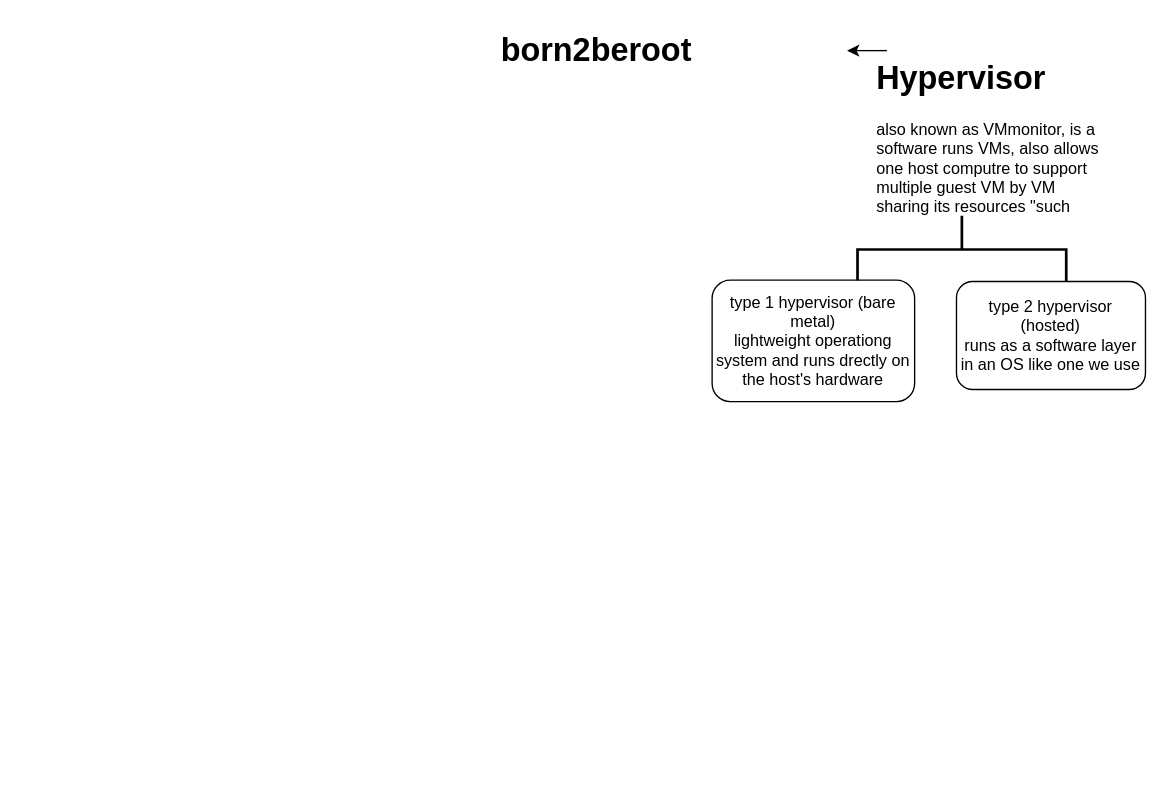
Earlier version of the draw.io diagram hi/algorithms/Untitled Diagram.drawio (raynlamlaika/rayane-hub). Source tidied: cells renumbered, new cells numbered last; positions are measured from the earlier drawing's top-left corner, leaving out a move shared by most shapes. Both pictures are drawn from the tidied source at 135%, with x=0, y=0 at pixel (494, 23).
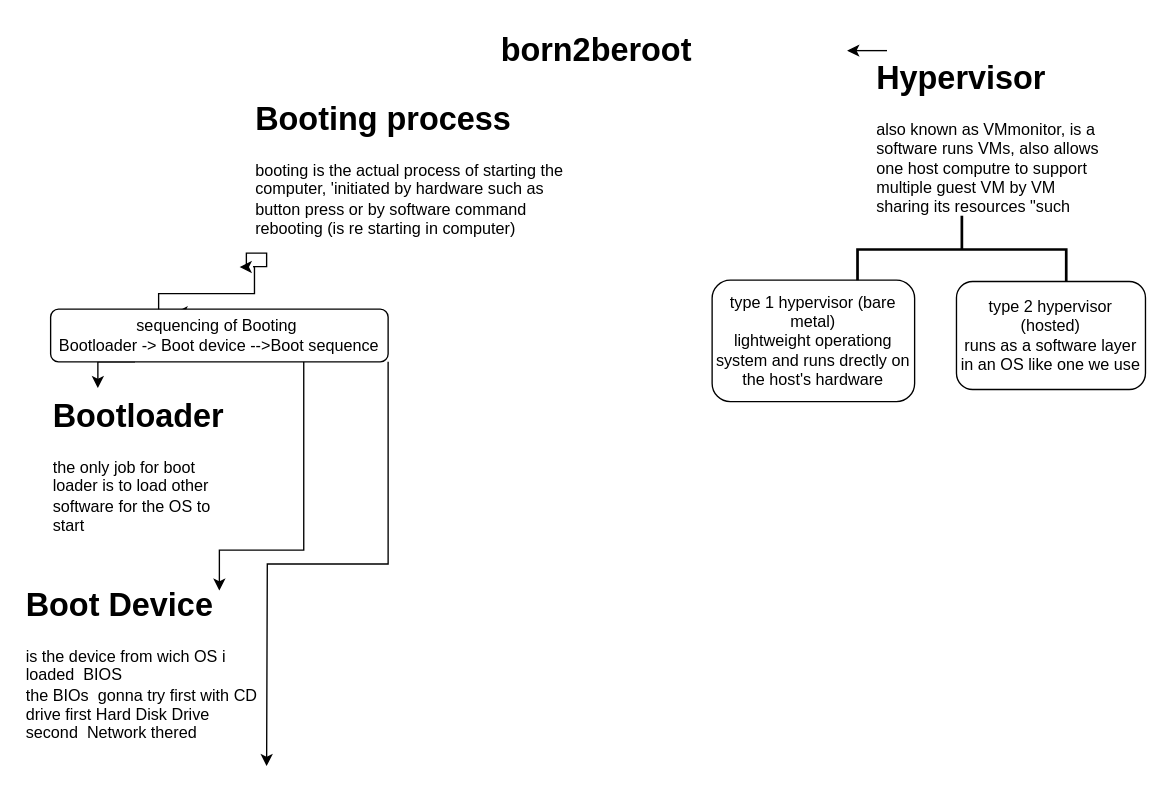
After the change.

Diff of the diagram source:
```diff
@@
+    <mxCell id="8" style="edgeStyle=orthogonalEdgeStyle;rounded=0;jettySize=auto;html=1;exitX=0;exitY=1;exitDx=0;exitDy=0;entryX=0.37;entryY=0.06;entryDx=0;entryDy=0;entryPerimeter=0;" parent="1" edge="1" source="10" target="14">
+      <mxGeometry relative="1" as="geometry">
+        <Array as="points">
+          <mxPoint x="-178" y="200" />
+          <mxPoint x="-249" y="200" />
+          <mxPoint x="-249" y="220" />
+          <mxPoint x="-219" y="220" />
+          <mxPoint x="-219" y="214" />
+        </Array>
+      </mxGeometry>
+    </mxCell>
+    <mxCell id="9" style="edgeStyle=orthogonalEdgeStyle;rounded=0;jettySize=auto;html=1;exitX=0;exitY=1;exitDx=0;exitDy=0;" parent="1" edge="1" source="10">
+      <mxGeometry relative="1" as="geometry">
+        <mxPoint x="-189" y="180.3" as="targetPoint" />
+        <Array as="points">
+          <mxPoint x="-169" y="180" />
+          <mxPoint x="-169" y="170" />
+          <mxPoint x="-184" y="170" />
+          <mxPoint x="-184" y="180" />
+        </Array>
+      </mxGeometry>
+    </mxCell>
+    <mxCell id="10" value="&lt;h1 style=&quot;margin-top: 0px;&quot;&gt;Booting process&lt;/h1&gt;&lt;div&gt;booting is the actual process of starting the computer, 'initiated by hardware such as button press or by software command&lt;/div&gt;&lt;div&gt;rebooting (is re starting in computer)&lt;/div&gt;" style="text;html=1;whiteSpace=wrap;overflow=hidden;rounded=0;" parent="1" vertex="1">
+      <mxGeometry x="-179" y="50" width="231" height="130" as="geometry" />
+    </mxCell>
+    <mxCell id="11" style="edgeStyle=orthogonalEdgeStyle;rounded=0;jettySize=auto;html=1;exitX=0.25;exitY=1;exitDx=0;exitDy=0;entryX=0.25;entryY=0;entryDx=0;entryDy=0;" parent="1" edge="1" source="14" target="15">
+      <mxGeometry relative="1" as="geometry" />
+    </mxCell>
+    <mxCell id="12" style="edgeStyle=orthogonalEdgeStyle;rounded=0;jettySize=auto;html=1;exitX=0.75;exitY=1;exitDx=0;exitDy=0;" parent="1" edge="1" source="14">
+      <mxGeometry relative="1" as="geometry">
+        <mxPoint x="-204" y="420" as="targetPoint" />
+        <Array as="points">
+          <mxPoint x="-142" y="390" />
+          <mxPoint x="-204" y="390" />
+        </Array>
+      </mxGeometry>
+    </mxCell>
+    <mxCell id="13" style="edgeStyle=orthogonalEdgeStyle;rounded=0;jettySize=auto;html=1;exitX=1;exitY=1;exitDx=0;exitDy=0;" parent="1" edge="1" source="14">
+      <mxGeometry relative="1" as="geometry">
+        <mxPoint x="-169" y="550" as="targetPoint" />
+      </mxGeometry>
+    </mxCell>
+    <mxCell id="14" value="sequencing of Booting&amp;nbsp;&lt;div&gt;Bootloader -&amp;gt; Boot device --&amp;gt;Boot sequence&lt;/div&gt;" style="rounded=1;whiteSpace=wrap;html=1;" parent="1" vertex="1">
+      <mxGeometry x="-329" y="211.5" width="250" height="39" as="geometry" />
+    </mxCell>
+    <mxCell id="15" value="&lt;h1 style=&quot;margin-top: 0px;&quot;&gt;Bootloader&lt;/h1&gt;&lt;div&gt;the only job for boot loader is to load other software for the OS to start&lt;/div&gt;" style="text;html=1;whiteSpace=wrap;overflow=hidden;rounded=0;" parent="1" vertex="1">
+      <mxGeometry x="-329" y="270" width="140" height="110" as="geometry" />
+    </mxCell>
+    <mxCell id="16" value="&lt;h1 style=&quot;margin-top: 0px;&quot;&gt;&lt;span style=&quot;background-color: initial;&quot;&gt;Boot Device&lt;/span&gt;&lt;br&gt;&lt;/h1&gt;&lt;div&gt;&lt;span style=&quot;background-color: initial;&quot;&gt;is the device from wich OS i loaded&amp;nbsp; BIOS&lt;/span&gt;&lt;/div&gt;&lt;div&gt;&lt;span style=&quot;background-color: initial;&quot;&gt;the BIOs&amp;nbsp; gonna try first with CD drive first Hard Disk Drive second&amp;nbsp; Network thered&lt;/span&gt;&lt;/div&gt;" style="text;html=1;whiteSpace=wrap;overflow=hidden;rounded=0;" parent="1" vertex="1">
+      <mxGeometry x="-349" y="410" width="180" height="120" as="geometry" />
+    </mxCell>
```
